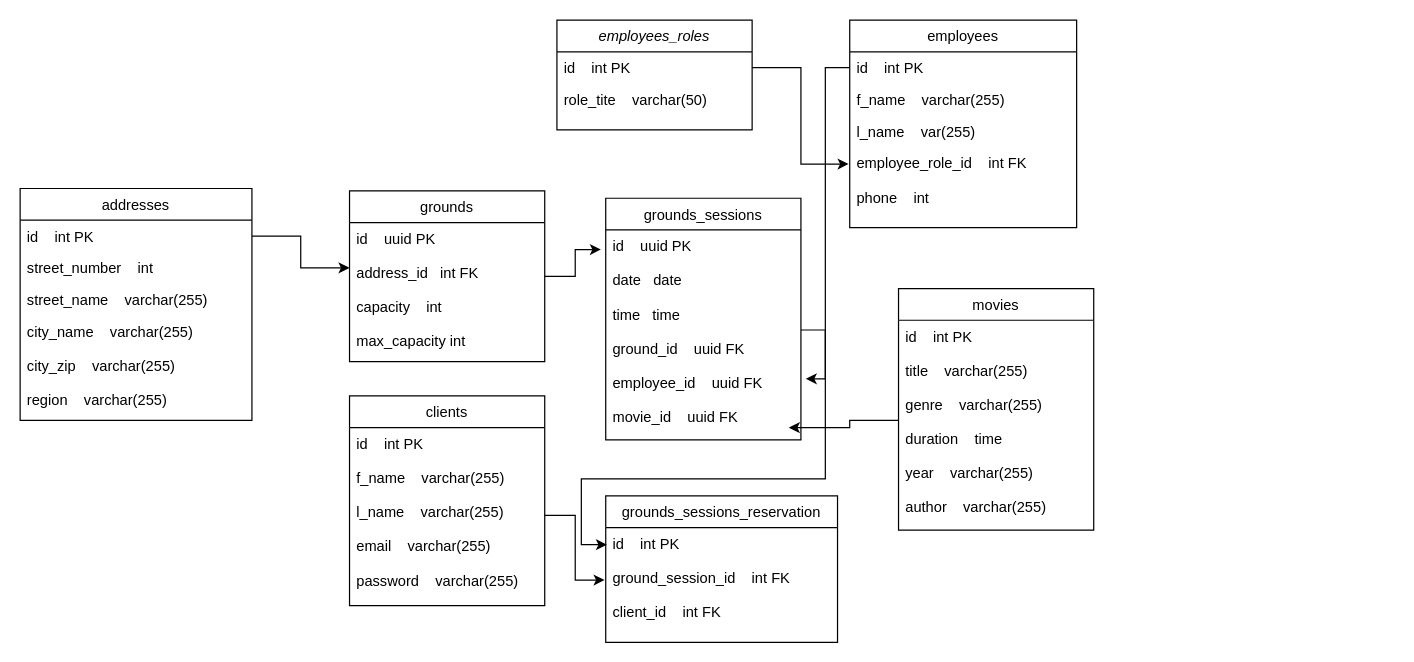
This is exo.drawio from mcosta3tc/BDD_theater_exo, a draw.io file, before an edit. Source tidied: cells renumbered, new cells numbered last; positions are measured from the earlier drawing's top-left corner, leaving out a move shared by most shapes. Both pictures are drawn from the tidied source at 122%, with x=0, y=0 at pixel (20, 20).
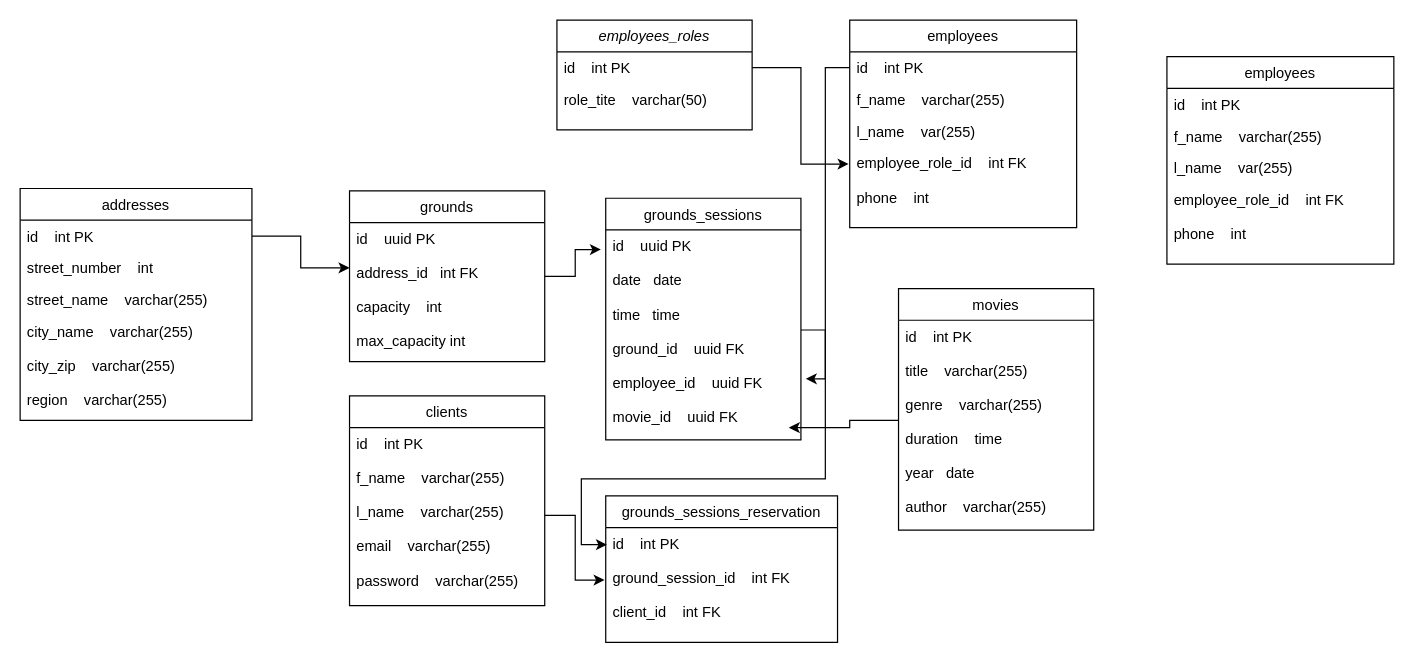
Above is the later version.

Unchanged cells that the change refers to:
```xml
<mxCell id="8" value="movies" style="swimlane;fontStyle=0;align=center;verticalAlign=top;horizontal=1;startSize=26;rounded=0;shadow=0;strokeWidth=1;" parent="1" vertex="1">
  <mxGeometry x="720" y="220" width="160" height="198" as="geometry" />
</mxCell>
```

What changed in the source:
```diff
@@
-    <mxCell id="9" value="id    int PK&#10;&#10;title    varchar(255)&#10;&#10;genre    varchar(255)&#10;&#10;duration    time&#10;&#10;year    varchar(255)&#10;&#10;author    varchar(255)&#10;&#10;" style="text;align=left;verticalAlign=top;spacingLeft=4;spacingRight=4;overflow=hidden;points=[[0,0.5],[1,0.5]];portConstraint=eastwest;fontStyle=0;" parent="8" vertex="1">
+    <mxCell id="9" value="id    int PK&#10;&#10;title    varchar(255)&#10;&#10;genre    varchar(255)&#10;&#10;duration    time&#10;&#10;year   date&#10;&#10;author    varchar(255)&#10;&#10;" style="text;align=left;verticalAlign=top;spacingLeft=4;spacingRight=4;overflow=hidden;points=[[0,0.5],[1,0.5]];portConstraint=eastwest;fontStyle=0;" parent="8" vertex="1">
       <mxGeometry y="26" width="160" height="164" as="geometry" />
     </mxCell>
@@
+    <mxCell id="32" value="employees" style="swimlane;fontStyle=0;align=center;verticalAlign=top;horizontal=1;startSize=26;rounded=0;shadow=0;strokeWidth=1;" parent="1" vertex="1">
+      <mxGeometry x="940" y="30" width="186" height="170" as="geometry" />
+    </mxCell>
+    <mxCell id="33" value="id    int PK" style="text;align=left;verticalAlign=top;spacingLeft=4;spacingRight=4;overflow=hidden;" parent="32" vertex="1">
+      <mxGeometry y="26" width="186" height="26" as="geometry" />
+    </mxCell>
+    <mxCell id="34" value="f_name    varchar(255)" style="text;align=left;verticalAlign=top;spacingLeft=4;spacingRight=4;overflow=hidden;rounded=0;shadow=0;html=0;" parent="32" vertex="1">
+      <mxGeometry y="52" width="186" height="26" as="geometry" />
+    </mxCell>
+    <mxCell id="35" value="l_name    var(255)" style="text;align=left;verticalAlign=top;spacingLeft=4;spacingRight=4;overflow=hidden;rounded=0;shadow=0;html=0;" parent="32" vertex="1">
+      <mxGeometry y="78" width="186" height="26" as="geometry" />
+    </mxCell>
+    <mxCell id="36" value="employee_role_id    int FK&#10;&#10;phone    int" style="text;align=left;verticalAlign=top;spacingLeft=4;spacingRight=4;overflow=hidden;rounded=0;shadow=0;html=0;" parent="32" vertex="1">
+      <mxGeometry y="104" width="186" height="66" as="geometry" />
+    </mxCell>
```
